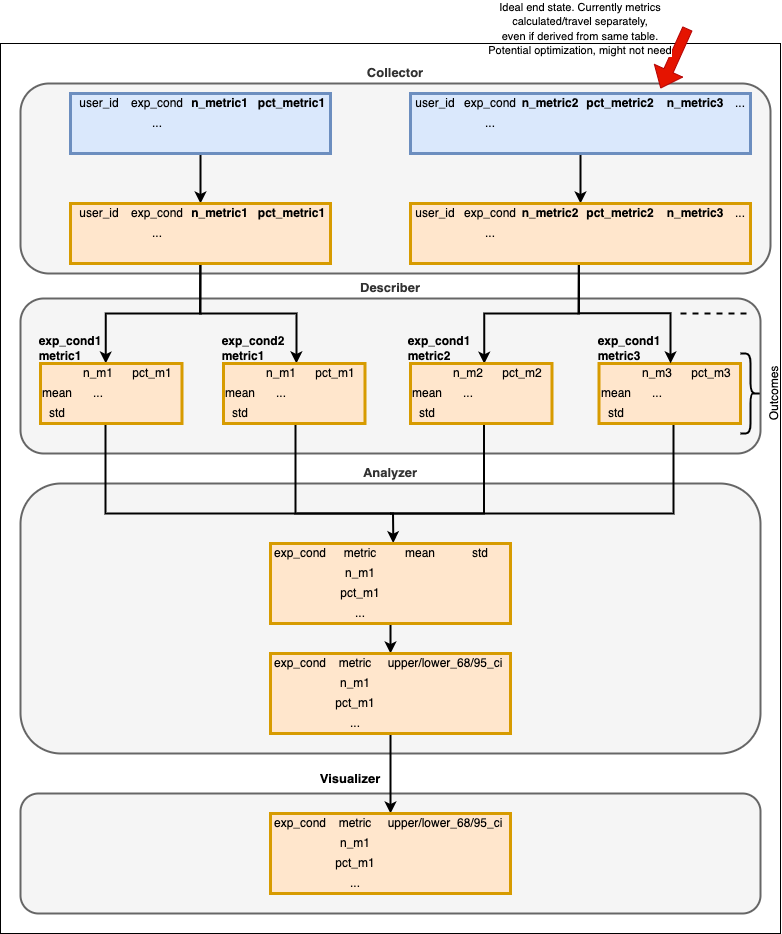
Above: images/data_arch.drawio.png in kylekovac/abautomator-swipe (draw.io), before the change. Source tidied: cells renumbered, new cells last; positions are measured from the earlier drawing's top-left corner, leaving out a move shared by most shapes.
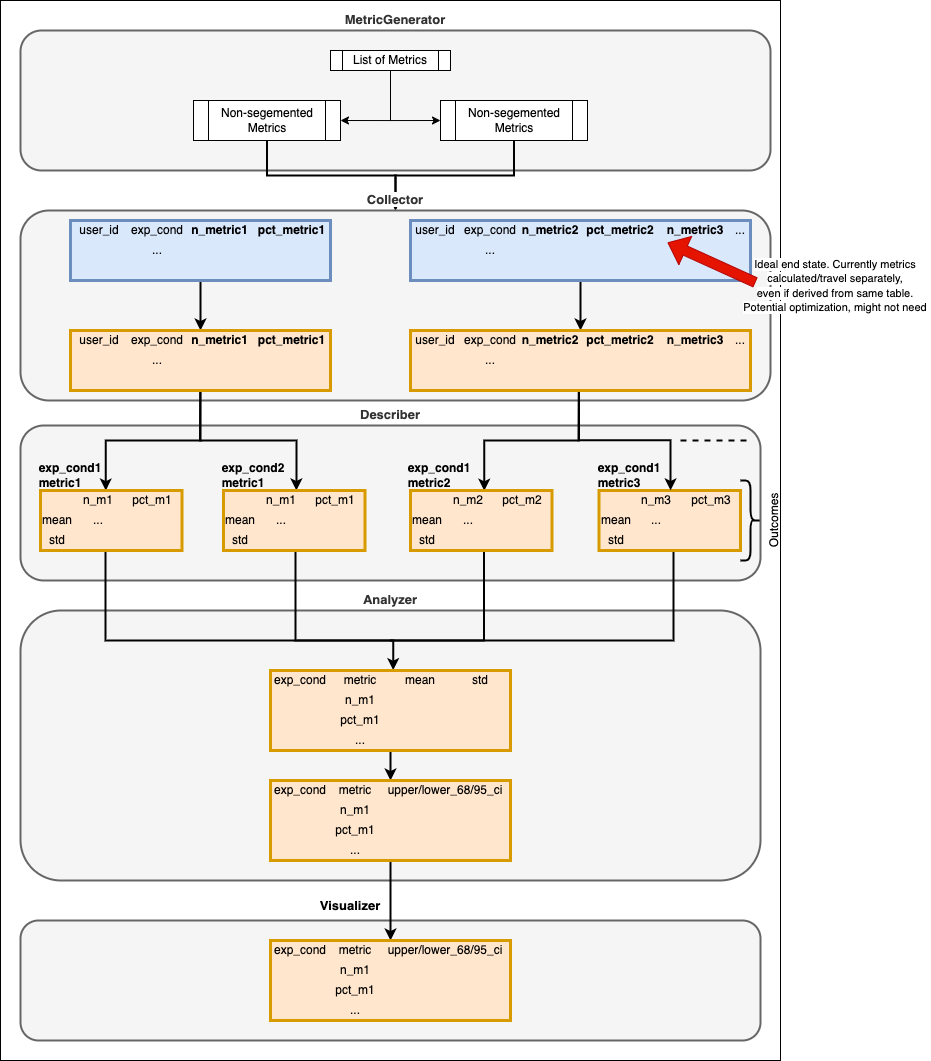
Above is the later version.

The edit, as a diff of the source:
```diff
@@ -3,8 +3,17 @@
     <mxCell id="0" />
     <mxCell id="1" parent="0" />
     <mxCell id="2" style="rounded=0;whiteSpace=wrap;html=1;" parent="1" vertex="1">
-      <mxGeometry y="30" width="780" height="890" as="geometry" />
+      <mxGeometry y="-140" width="780" height="1060" as="geometry" />
     </mxCell>
+    <mxCell id="211" value="&lt;b&gt;&lt;font style=&quot;font-size: 13px&quot;&gt;MetricGenerator&lt;/font&gt;&lt;/b&gt;" style="rounded=1;whiteSpace=wrap;html=1;strokeColor=#666666;strokeWidth=2;labelPosition=center;verticalLabelPosition=top;align=center;verticalAlign=bottom;fillColor=#f5f5f5;fontColor=#333333;" parent="1" vertex="1">
+      <mxGeometry x="20" y="-110" width="750" height="140" as="geometry" />
+    </mxCell>
+    <mxCell id="212" style="edgeStyle=orthogonalEdgeStyle;rounded=0;jettySize=auto;html=1;entryX=0.5;entryY=0;entryDx=0;entryDy=0;strokeWidth=2;" parent="1" edge="1" source="217" target="6">
+      <mxGeometry relative="1" as="geometry" />
+    </mxCell>
+    <mxCell id="213" style="edgeStyle=orthogonalEdgeStyle;rounded=0;jettySize=auto;html=1;strokeWidth=2;" parent="1" edge="1" source="218" target="6">
+      <mxGeometry relative="1" as="geometry" />
+    </mxCell>
     <mxCell id="3" style="rounded=1;whiteSpace=wrap;html=1;strokeColor=#666666;strokeWidth=2;labelPosition=center;verticalLabelPosition=top;align=center;verticalAlign=bottom;fillColor=#f5f5f5;fontColor=#333333;" parent="1" vertex="1">
       <mxGeometry x="20" y="780" width="740" height="120" as="geometry" />
     </mxCell>
@@ -14,7 +23,13 @@
     <mxCell id="5" value="&lt;b&gt;&lt;font style=&quot;font-size: 13px&quot;&gt;Describer&lt;/font&gt;&lt;/b&gt;" style="rounded=1;whiteSpace=wrap;html=1;strokeColor=#666666;strokeWidth=2;labelPosition=center;verticalLabelPosition=top;align=center;verticalAlign=bottom;fillColor=#f5f5f5;fontColor=#333333;" parent="1" vertex="1">
       <mxGeometry x="20" y="285" width="740" height="155" as="geometry" />
     </mxCell>
+    <mxCell id="214" style="edgeStyle=orthogonalEdgeStyle;rounded=0;orthogonalLoop=1;jettySize=auto;html=1;strokeWidth=2;" parent="1" edge="1">
+      <mxGeometry relative="1" as="geometry">
+        <mxPoint x="395" y="50" as="sourcePoint" />
+        <mxPoint x="395.3" y="50" as="targetPoint" />
+      </mxGeometry>
+    </mxCell>
-    <mxCell id="6" value="&lt;b&gt;&lt;font style=&quot;font-size: 13px&quot;&gt;Collector&lt;/font&gt;&lt;/b&gt;" style="rounded=1;whiteSpace=wrap;html=1;strokeColor=#666666;strokeWidth=2;labelPosition=center;verticalLabelPosition=top;align=center;verticalAlign=bottom;fillColor=#f5f5f5;fontColor=#333333;" parent="1" vertex="1">
+    <mxCell id="6" value="&lt;b&gt;&lt;font style=&quot;font-size: 13px ; background-color: rgb(255 , 255 , 255)&quot;&gt;Collector&lt;/font&gt;&lt;/b&gt;" style="rounded=1;whiteSpace=wrap;html=1;strokeColor=#666666;strokeWidth=2;labelPosition=center;verticalLabelPosition=top;align=center;verticalAlign=bottom;fillColor=#f5f5f5;fontColor=#333333;" parent="1" vertex="1">
       <mxGeometry x="20" y="70" width="750" height="190" as="geometry" />
     </mxCell>
     <mxCell id="7" style="edgeStyle=orthogonalEdgeStyle;rounded=0;orthogonalLoop=1;jettySize=auto;html=1;entryX=0.502;entryY=0.012;entryDx=0;entryDy=0;entryPerimeter=0;strokeWidth=2;" parent="1" edge="1">
@@ -559,14 +574,17 @@
         </Array>
       </mxGeometry>
     </mxCell>
-    <mxCell id="169" style="shape=flexArrow;endArrow=classic;html=1;rounded=0;fillColor=#e51400;strokeColor=#B20000;labelPosition=center;verticalLabelPosition=bottom;align=center;verticalAlign=top;entryX=0.52;entryY=-0.05;entryDx=0;entryDy=0;entryPerimeter=0;" parent="1" edge="1">
+    <mxCell id="169" style="shape=flexArrow;endArrow=classic;html=1;rounded=0;fillColor=#e51400;strokeColor=#B20000;labelPosition=center;verticalLabelPosition=bottom;align=center;verticalAlign=top;" parent="1" edge="1">
       <mxGeometry relative="1" as="geometry">
-        <mxPoint x="687" y="15" as="sourcePoint" />
-        <mxPoint x="660" y="75" as="targetPoint" />
+        <mxPoint x="755" y="142" as="sourcePoint" />
+        <mxPoint x="667" y="102" as="targetPoint" />
+        <Array as="points">
+          <mxPoint x="755" y="142" />
+        </Array>
       </mxGeometry>
     </mxCell>
     <mxCell id="170" value="&lt;meta charset=&quot;utf-8&quot;&gt;&lt;span style=&quot;color: rgb(0, 0, 0); font-family: helvetica; font-size: 11px; font-style: normal; font-weight: 400; letter-spacing: normal; text-align: center; text-indent: 0px; text-transform: none; word-spacing: 0px; background-color: rgb(255, 255, 255); display: inline; float: none;&quot;&gt;Ideal end state. Currently metrics calculated/travel separately,&lt;/span&gt;&lt;br style=&quot;color: rgb(0, 0, 0); font-family: helvetica; font-size: 11px; font-style: normal; font-weight: 400; letter-spacing: normal; text-align: center; text-indent: 0px; text-transform: none; word-spacing: 0px;&quot;&gt;&lt;span style=&quot;color: rgb(0, 0, 0); font-family: helvetica; font-size: 11px; font-style: normal; font-weight: 400; letter-spacing: normal; text-align: center; text-indent: 0px; text-transform: none; word-spacing: 0px; background-color: rgb(255, 255, 255); display: inline; float: none;&quot;&gt;even if derived from same table. Potential optimization, might not need&lt;/span&gt;" style="text;html=1;strokeColor=none;fillColor=none;align=center;verticalAlign=middle;whiteSpace=wrap;rounded=0;" parent="1" vertex="1">
-      <mxGeometry x="485" width="190" height="30" as="geometry" />
+      <mxGeometry x="740" y="130" width="190" height="30" as="geometry" />
     </mxCell>
     <mxCell id="171" style="shape=table;html=1;whiteSpace=wrap;startSize=0;columnLines=0;rowLines=0;strokeWidth=3;fillColor=#ffe6cc;strokeColor=#d79b00;" parent="1" vertex="1">
       <mxGeometry x="410" y="350" width="141.5" height="60" as="geometry" />
@@ -688,5 +706,24 @@
     <mxCell id="210" value="Outcomes" style="shape=curlyBracket;whiteSpace=wrap;html=1;rounded=1;flipH=1;strokeWidth=2;labelPosition=right;verticalLabelPosition=middle;align=center;verticalAlign=top;textDirection=ltr;fillColor=#FFFFFF;horizontal=0;" parent="1" vertex="1">
       <mxGeometry x="740" y="340" width="20" height="80" as="geometry" />
     </mxCell>
+    <mxCell id="215" style="edgeStyle=orthogonalEdgeStyle;rounded=0;jettySize=auto;html=1;entryX=1;entryY=0.5;entryDx=0;entryDy=0;" parent="1" edge="1" source="216" target="217">
+      <mxGeometry relative="1" as="geometry" />
+    </mxCell>
+    <mxCell id="216" value="List of Metrics" style="shape=process;whiteSpace=wrap;html=1;backgroundOutline=1;" parent="1" vertex="1">
+      <mxGeometry x="330" y="-90" width="120" height="20" as="geometry" />
+    </mxCell>
+    <mxCell id="217" value="Non-segemented Metrics" style="shape=process;whiteSpace=wrap;html=1;backgroundOutline=1;" parent="1" vertex="1">
+      <mxGeometry x="193" y="-40" width="147" height="40" as="geometry" />
+    </mxCell>
+    <mxCell id="218" value="Non-segemented Metrics" style="shape=process;whiteSpace=wrap;html=1;backgroundOutline=1;" parent="1" vertex="1">
+      <mxGeometry x="440" y="-40" width="147" height="40" as="geometry" />
+    </mxCell>
+    <mxCell id="219" style="edgeStyle=orthogonalEdgeStyle;rounded=0;jettySize=auto;html=1;entryX=0;entryY=0.5;entryDx=0;entryDy=0;exitX=0.5;exitY=1;exitDx=0;exitDy=0;" parent="1" edge="1" source="216" target="218">
+      <mxGeometry relative="1" as="geometry">
+        <Array as="points">
+          <mxPoint x="390" y="-20" />
+        </Array>
+      </mxGeometry>
+    </mxCell>
   </root>
 </mxGraphModel>
```
